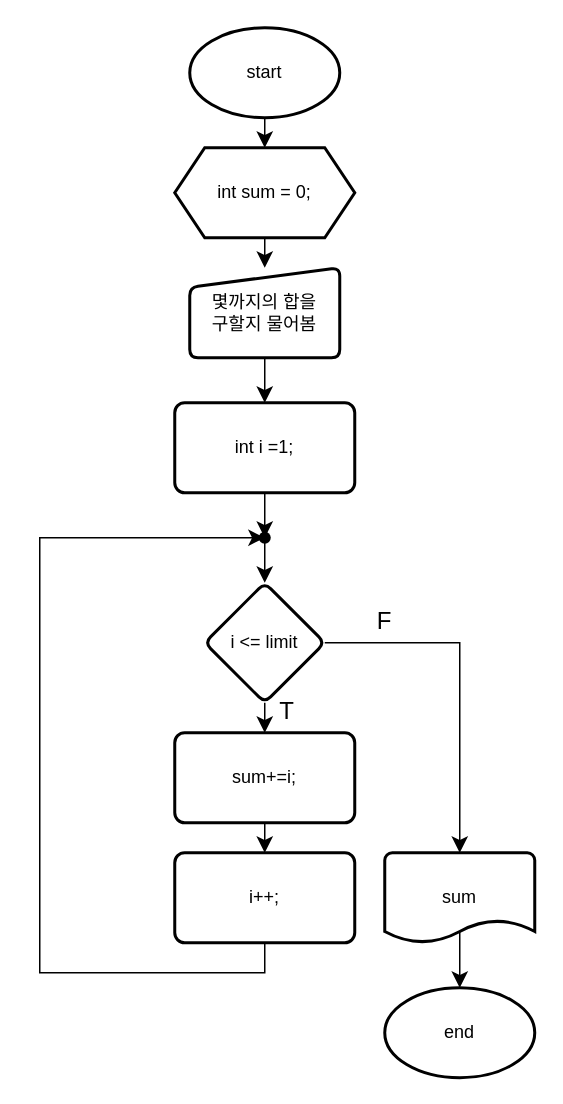
This is page "문제0" (2 of 11) of 03_java/20260227_yeodohyun/02_work/문제순서도.drawio from dhy257/acon_academy_yeodohyun, a draw.io file, before an edit. Source tidied: cells renumbered, new cells numbered last; positions are measured from the earlier drawing's top-left corner, leaving out a move shared by most shapes. Both pictures are drawn from the tidied source at 150%, with x=0, y=0 at pixel (39, 27).
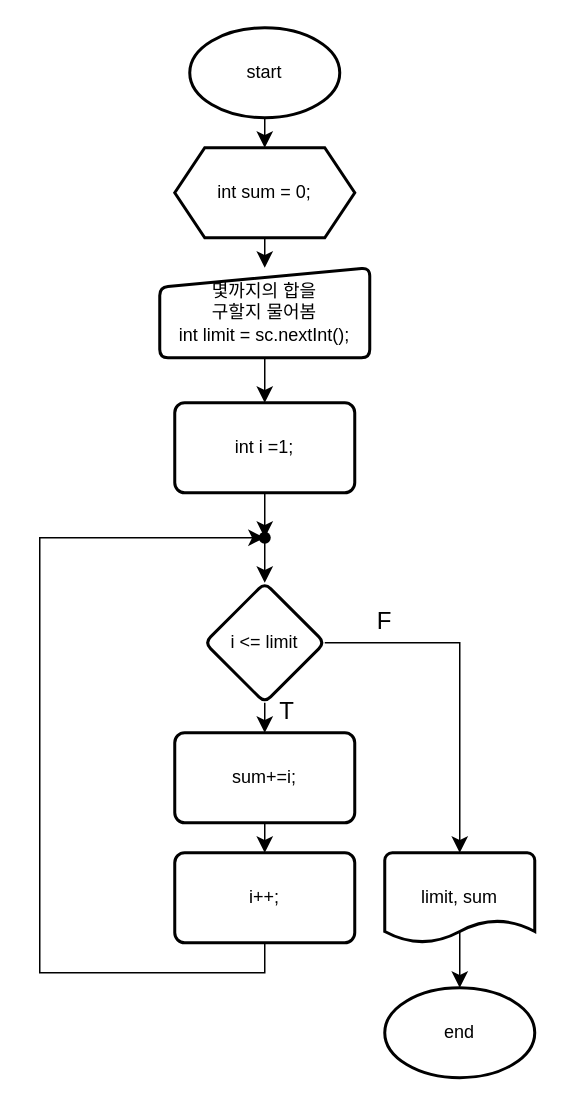
The same page after the edit.

Diff of the diagram source:
```diff
@@
-    <mxCell id="7" value="몇까지의 합을&lt;br&gt;구할지 물어봄" style="html=1;strokeWidth=2;shape=manualInput;whiteSpace=wrap;rounded=1;size=13;arcSize=11;" parent="1" vertex="1">
-      <mxGeometry x="100" y="160" width="100" height="60" as="geometry" />
+    <mxCell id="7" value="몇까지의 합을&lt;br&gt;구할지 물어봄&lt;div&gt;int limit = sc.nextInt();&lt;/div&gt;" style="html=1;strokeWidth=2;shape=manualInput;whiteSpace=wrap;rounded=1;size=13;arcSize=11;" parent="1" vertex="1">
+      <mxGeometry x="80" y="160" width="140" height="60" as="geometry" />
     </mxCell>
@@
-    <mxCell id="23" value="sum" style="strokeWidth=2;html=1;shape=mxgraph.flowchart.document2;whiteSpace=wrap;size=0.25;" parent="1" vertex="1">
+    <mxCell id="23" value="limit, sum" style="strokeWidth=2;html=1;shape=mxgraph.flowchart.document2;whiteSpace=wrap;size=0.25;" parent="1" vertex="1">
       <mxGeometry x="230" y="550" width="100" height="60" as="geometry" />
     </mxCell>
```
